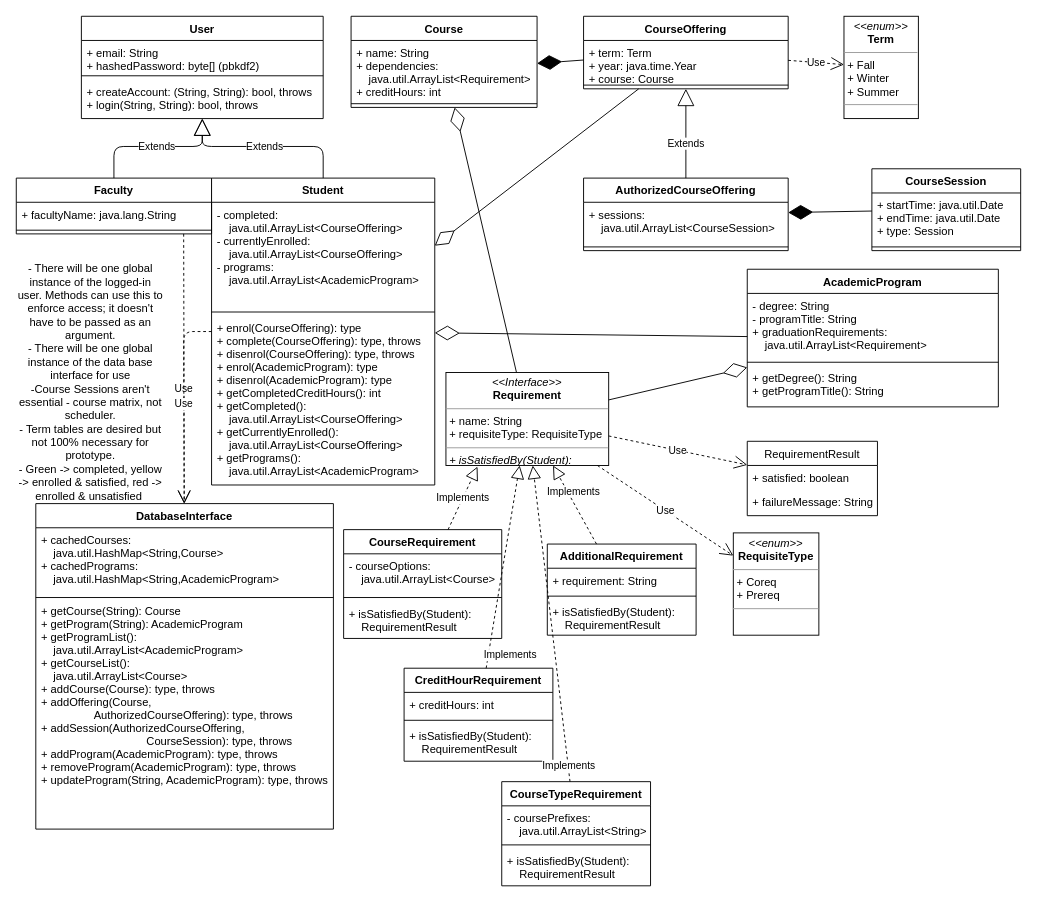
justend29/UNBuddy keeps this draw.io diagram as data/data_model.drawio. Above is the earlier version. Source tidied: cells renumbered, new cells numbered last; positions are measured from the earlier drawing's top-left corner, leaving out a move shared by most shapes. Both pictures are drawn from the tidied source at 93%, with x=0, y=0 at pixel (16, 16).
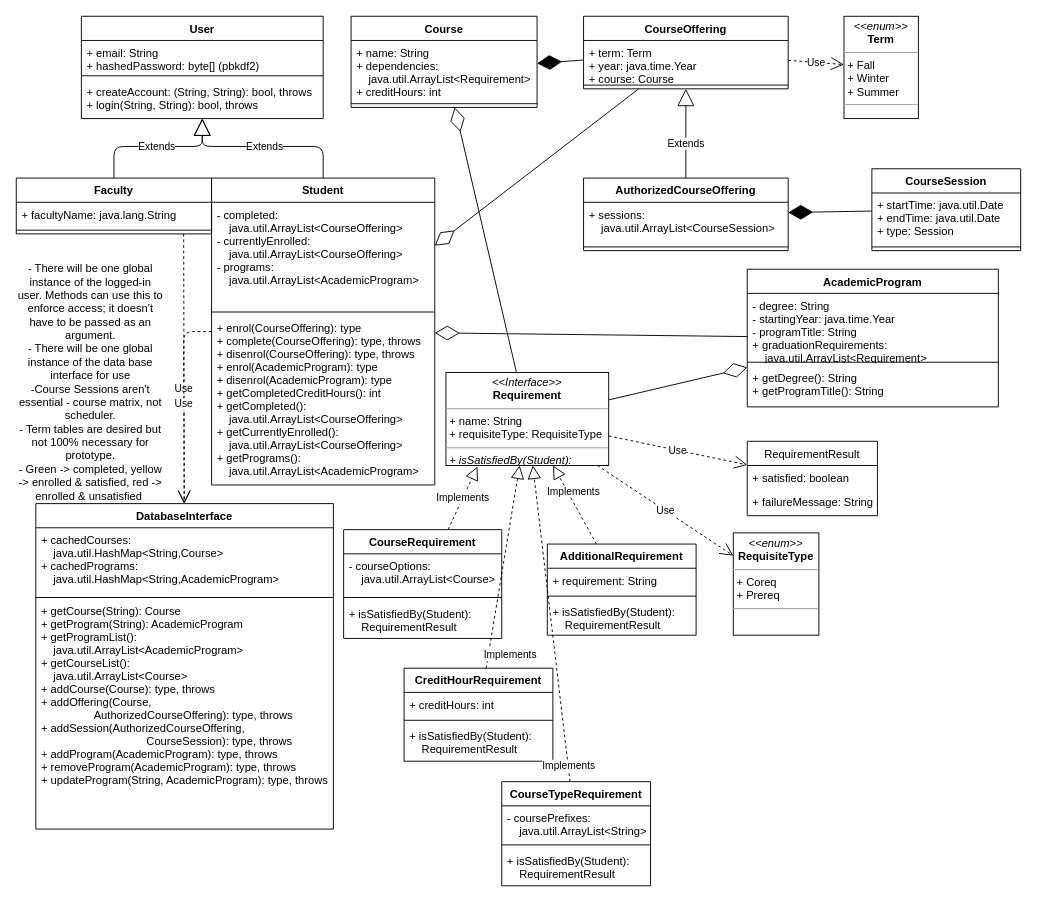
The same page after the edit.

Unchanged cells that the change refers to:
```xml
<mxCell id="5" value="AcademicProgram" style="swimlane;fontStyle=1;align=center;verticalAlign=top;horizontal=1;startSize=26;" parent="1" vertex="1">
  <mxGeometry x="786" y="272" width="270" height="148" as="geometry" />
</mxCell>
```

What changed in the source:
```diff
@@
-    <mxCell id="6" value="- degree: String&#10;- programTitle: String&#10;+ graduationRequirements:&#10;    java.util.ArrayList&lt;Requirement&gt;" style="text;strokeColor=none;fillColor=none;align=left;verticalAlign=top;spacingLeft=4;spacingRight=4;overflow=hidden;" parent="5" vertex="1">
+    <mxCell id="6" value="- degree: String&#10;- startingYear: java.time.Year&#10;- programTitle: String&#10;+ graduationRequirements:&#10;    java.util.ArrayList&lt;Requirement&gt;" style="text;strokeColor=none;fillColor=none;align=left;verticalAlign=top;spacingLeft=4;spacingRight=4;overflow=hidden;" parent="5" vertex="1">
       <mxGeometry y="26" width="270" height="70" as="geometry" />
     </mxCell>
```
